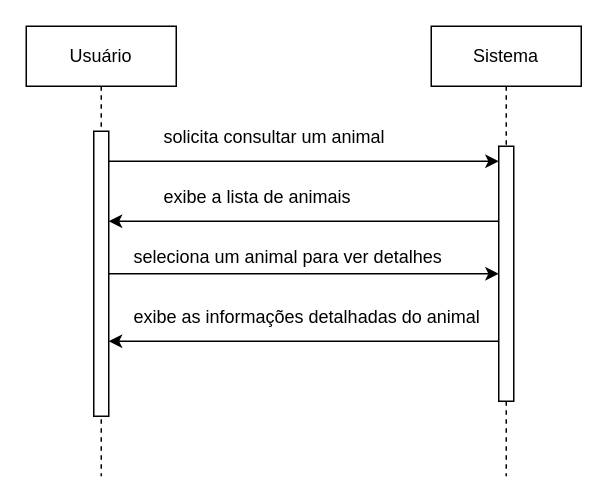
The draw.io diagram Diagrama de Sequência(RF002).drawio in JoaoGans/DRAW.tcc, before the edit. Source tidied: cells renumbered, new cells numbered last; positions are measured from the earlier drawing's top-left corner, leaving out a move shared by most shapes. Both pictures are drawn from the tidied source at 150%, with x=0, y=0 at pixel (26, 26).
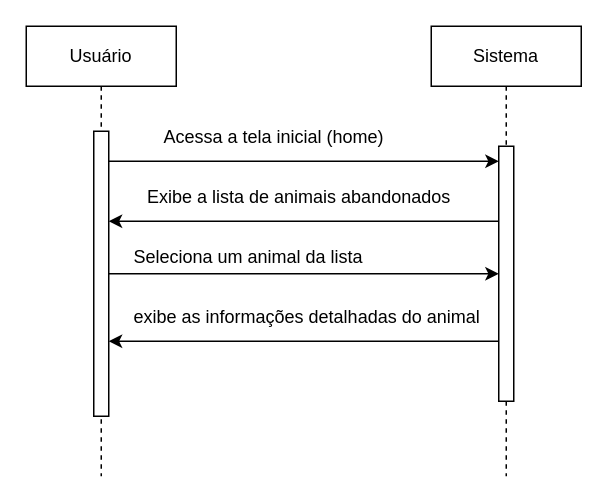
The same diagram, later.

The edit, as a diff of the source:
```diff
@@
 <mxGraphModel>
   <root>
     <mxCell id="0" />
     <mxCell id="1" parent="0" />
     <mxCell id="2" value="Usuário" style="shape=umlLifeline;perimeter=lifelinePerimeter;whiteSpace=wrap;html=1;newEdgeStyle={&quot;edgeStyle&quot;:&quot;elbowEdgeStyle&quot;,&quot;elbow&quot;:&quot;vertical&quot;,&quot;curved&quot;:0,&quot;rounded&quot;:0};" parent="1" vertex="1">
       <mxGeometry width="100" height="300" as="geometry" />
     </mxCell>
     <mxCell id="3" style="html=1;points=[];perimeter=orthogonalPerimeter;outlineConnect=0;targetShapes=umlLifeline;portConstraint=eastwest;newEdgeStyle={&quot;edgeStyle&quot;:&quot;elbowEdgeStyle&quot;,&quot;elbow&quot;:&quot;vertical&quot;,&quot;curved&quot;:0,&quot;rounded&quot;:0};" parent="2" vertex="1">
       <mxGeometry x="45" y="70" width="10" height="190" as="geometry" />
     </mxCell>
     <mxCell id="4" value="Sistema" style="shape=umlLifeline;perimeter=lifelinePerimeter;whiteSpace=wrap;html=1;newEdgeStyle={&quot;edgeStyle&quot;:&quot;elbowEdgeStyle&quot;,&quot;elbow&quot;:&quot;vertical&quot;,&quot;curved&quot;:0,&quot;rounded&quot;:0};" parent="1" vertex="1">
       <mxGeometry x="270" width="100" height="300" as="geometry" />
     </mxCell>
     <mxCell id="5" style="html=1;points=[];perimeter=orthogonalPerimeter;outlineConnect=0;targetShapes=umlLifeline;portConstraint=eastwest;newEdgeStyle={&quot;edgeStyle&quot;:&quot;elbowEdgeStyle&quot;,&quot;elbow&quot;:&quot;vertical&quot;,&quot;curved&quot;:0,&quot;rounded&quot;:0};" parent="4" vertex="1">
       <mxGeometry x="45" y="80" width="10" height="170" as="geometry" />
     </mxCell>
     <mxCell id="6" style="endArrow=classic;html=1;rounded=0;" parent="1" edge="1" target="5">
       <mxGeometry relative="1" as="geometry">
         <mxPoint x="55" y="90" as="sourcePoint" />
       </mxGeometry>
     </mxCell>
-    <mxCell id="7" value="solicita consultar um animal" style="text;whiteSpace=wrap;html=1;" parent="1" vertex="1">
+    <mxCell id="7" value="Acessa a tela inicial (home)" style="text;whiteSpace=wrap;html=1;" parent="1" vertex="1">
       <mxGeometry x="90" y="60" width="180" height="40" as="geometry" />
     </mxCell>
     <mxCell id="8" style="endArrow=classic;html=1;rounded=0;" parent="1" edge="1" source="5">
       <mxGeometry relative="1" as="geometry">
         <mxPoint x="55" y="130" as="targetPoint" />
       </mxGeometry>
     </mxCell>
-    <mxCell id="9" value="exibe a lista de animais" style="text;whiteSpace=wrap;html=1;" parent="1" vertex="1">
-      <mxGeometry x="90" y="100" width="160" height="40" as="geometry" />
+    <mxCell id="9" value="Exibe a lista de animais abandonados" style="text;whiteSpace=wrap;html=1;" parent="1" vertex="1">
+      <mxGeometry x="78.5" y="100" width="223" height="40" as="geometry" />
     </mxCell>
     <mxCell id="10" style="endArrow=classic;html=1;rounded=0;" parent="1" edge="1" source="3" target="5">
       <mxGeometry relative="1" as="geometry" />
     </mxCell>
-    <mxCell id="11" value="seleciona um animal para ver detalhes" style="text;whiteSpace=wrap;html=1;" parent="1" vertex="1">
+    <mxCell id="11" value="Seleciona um animal da lista" style="text;whiteSpace=wrap;html=1;" parent="1" vertex="1">
       <mxGeometry x="70" y="140" width="240" height="40" as="geometry" />
     </mxCell>
     <mxCell id="12" style="endArrow=classic;html=1;rounded=0;" parent="1" edge="1" source="5">
       <mxGeometry relative="1" as="geometry">
         <mxPoint x="55" y="210" as="targetPoint" />
       </mxGeometry>
     </mxCell>
     <mxCell id="13" value="exibe as informações detalhadas do animal" style="text;whiteSpace=wrap;html=1;" parent="1" vertex="1">
       <mxGeometry x="70" y="180" width="260" height="40" as="geometry" />
     </mxCell>
   </root>
 </mxGraphModel>
```
